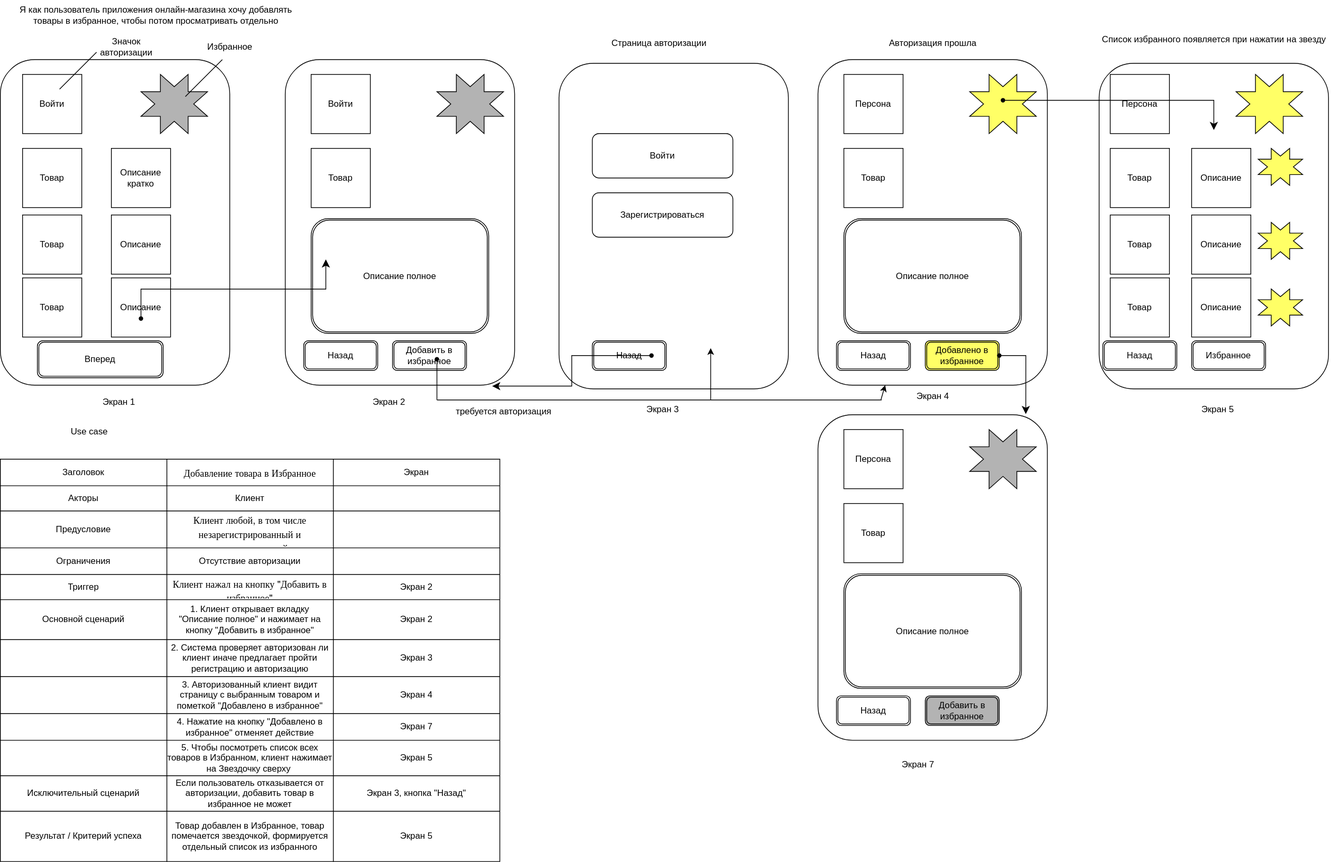
The draw.io diagram Pasynkova_Olga/US+макет+UC.drawio.svg in abdullahproff/BSA21_1, before a commit. Source tidied: cells renumbered, new cells last; positions are measured from the earlier drawing's top-left corner, leaving out a move shared by most shapes.
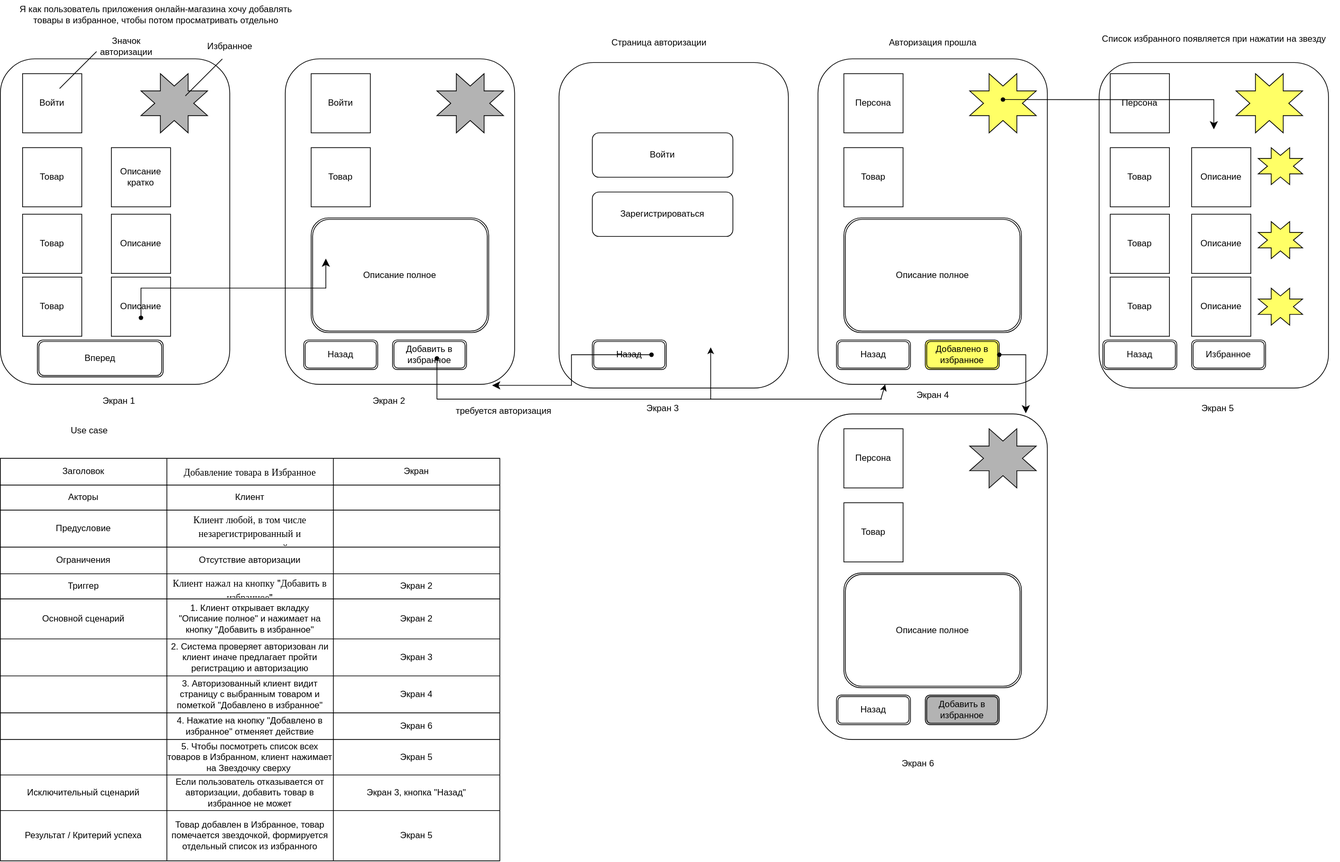
Above is the later version.

Diff of the diagram source:
```diff
@@ -306,7 +306,7 @@
     <mxCell id="98" value="4. Нажатие на кнопку &quot;Добавлено в избранное&quot; отменяет действие" style="shape=partialRectangle;html=1;whiteSpace=wrap;strokeColor=inherit;overflow=hidden;fillColor=none;top=0;left=0;bottom=0;right=0;" parent="96" vertex="1">
       <mxGeometry x="225" width="225" height="36" as="geometry" />
     </mxCell>
-    <mxCell id="99" value="Экран 7" style="shape=partialRectangle;html=1;whiteSpace=wrap;strokeColor=inherit;overflow=hidden;fillColor=none;top=0;left=0;bottom=0;right=0;" parent="96" vertex="1">
+    <mxCell id="99" value="Экран 6" style="shape=partialRectangle;html=1;whiteSpace=wrap;strokeColor=inherit;overflow=hidden;fillColor=none;top=0;left=0;bottom=0;right=0;" parent="96" vertex="1">
       <mxGeometry x="450" width="225" height="36" as="geometry" />
     </mxCell>
     <mxCell id="100" style="shape=tableRow;horizontal=0;startSize=0;swimlaneHead=0;swimlaneBody=0;strokeColor=inherit;top=0;left=0;bottom=0;right=0;fillColor=none;" parent="63" vertex="1">
@@ -380,7 +380,7 @@
     <mxCell id="122" style="shape=waypoint;sketch=0;fillStyle=solid;size=6;fillColor=none;perimeter=centerPerimeter;" parent="1" vertex="1">
       <mxGeometry x="1405" y="470" width="20" height="20" as="geometry" />
     </mxCell>
-    <mxCell id="123" value="Экран 7" style="text;html=1;align=center;verticalAlign=middle;strokeColor=none;fillColor=none;" parent="1" vertex="1">
+    <mxCell id="123" value="Экран 6" style="text;html=1;align=center;verticalAlign=middle;strokeColor=none;fillColor=none;" parent="1" vertex="1">
       <mxGeometry x="1270" y="1018" width="70" height="30" as="geometry" />
     </mxCell>
     <mxCell id="124" style="edgeStyle=segmentEdgeStyle;endArrow=classic;html=1;curved=0;rounded=0;endSize=8;startSize=8;" parent="1" edge="1" target="125">
```
